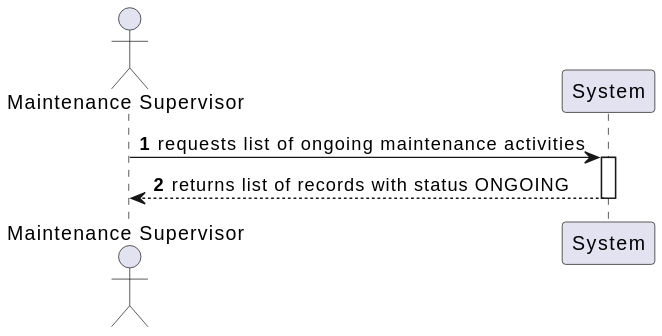
caetanotiago/PSOFT keeps this PlantUML diagram as docs/sytem-documentation/US219/svg/US219-SSD.svg. Above is the earlier version.
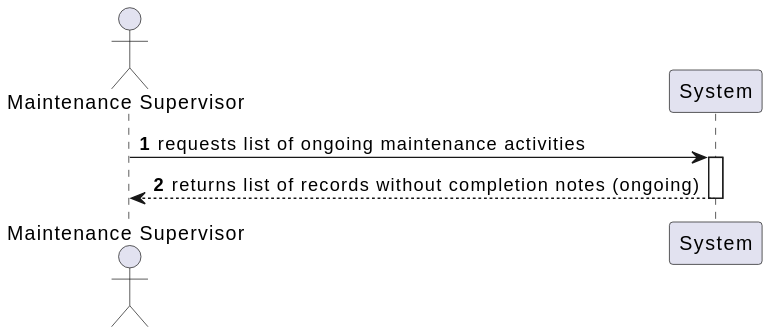
After the change.

Change to the diagram source:
```diff
@@ -5,6 +5,6 @@
 
 Supervisor -> System : requests list of ongoing maintenance activities
 activate System
-System --> Supervisor : returns list of records with status ONGOING
+System --> Supervisor : returns list of records without completion notes (ongoing)
 deactivate System
 @enduml
```
